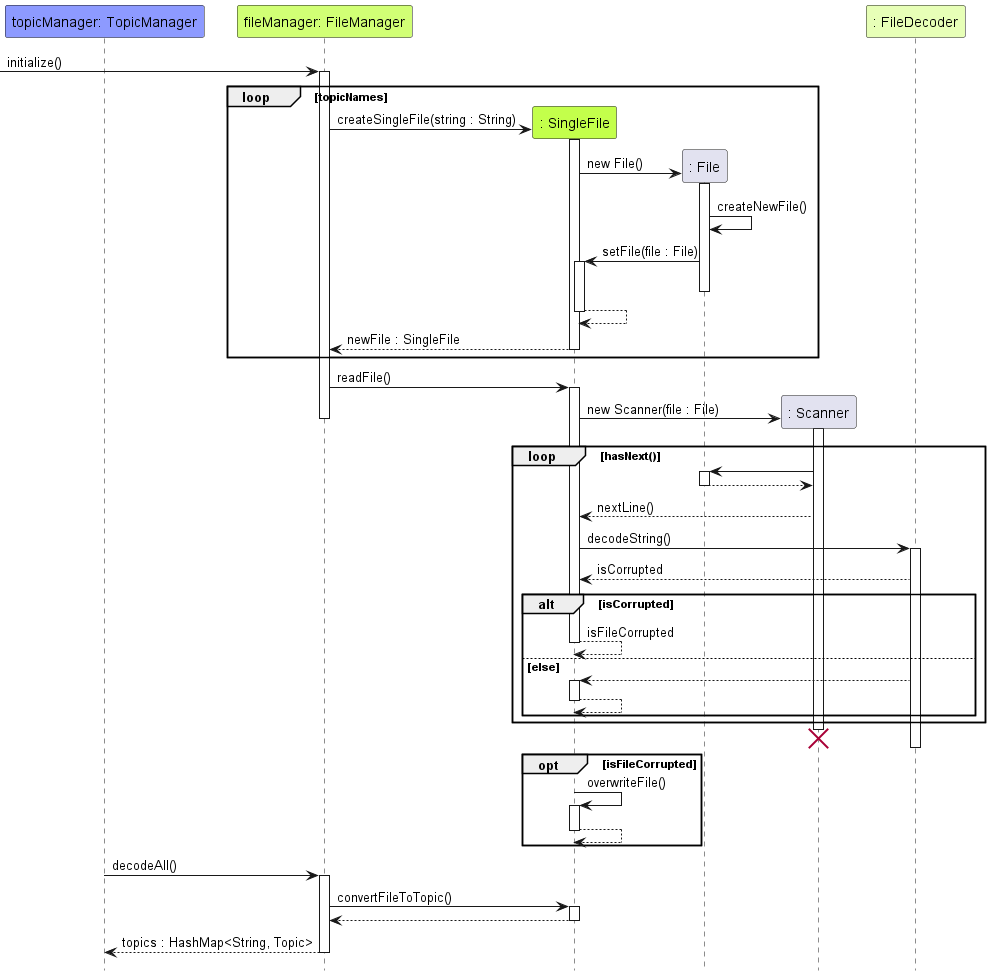
The PlantUML diagram docs/sequence-diagrams/diagrams/InitializationFileManager.png in ong-ck/tp, before a commit.
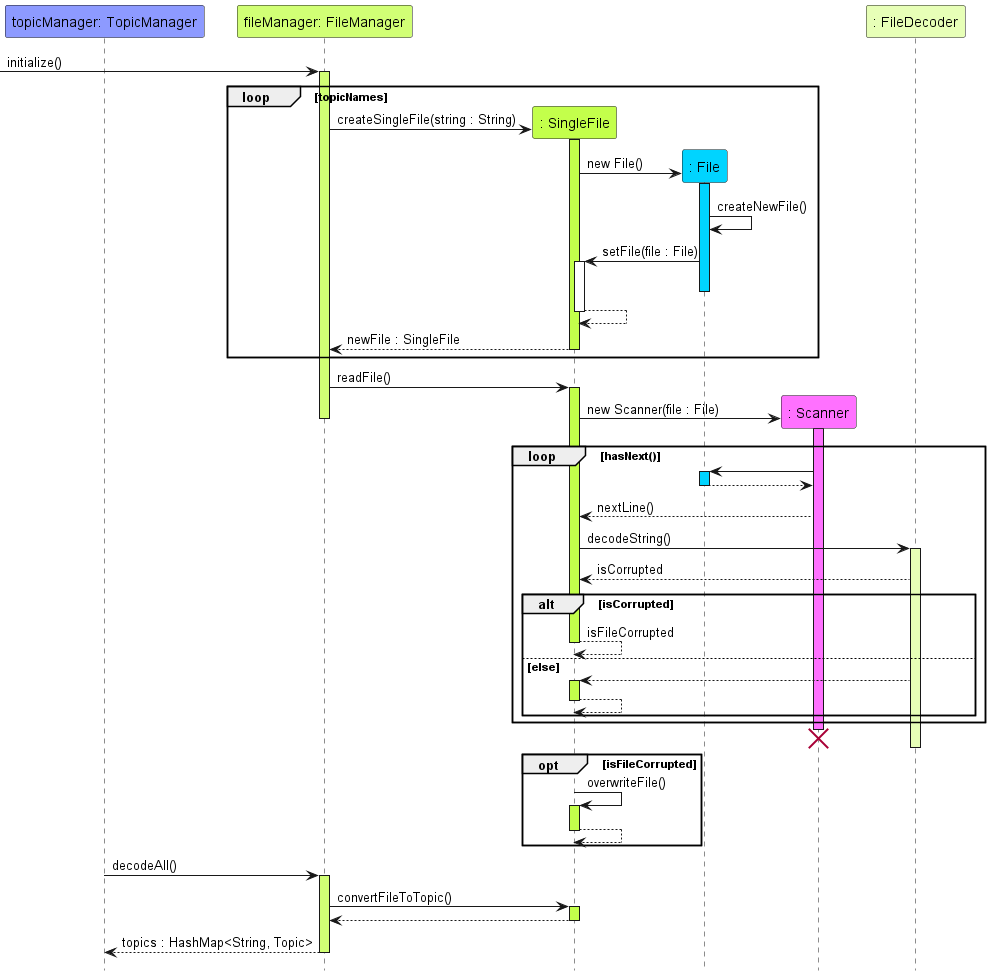
After the commit.

The edit, as a diff of the source:
```diff
@@ -5,17 +5,17 @@
 participant "topicManager: TopicManager" as TopicManager TopicManager_STYLE
 participant "fileManager: FileManager" as FileManager FileManager_STYLE
 participant ": SingleFile" as SingleFile SingleFile_STYLE
-participant ": File" as File
-participant ": Scanner" as Scanner
+participant ": File" as File File_STYLE
+participant ": Scanner" as Scanner Scanner_STYLE
 participant ": FileDecoder" as FileDecoder FileDecoder_STYLE
 
 -> FileManager : initialize()
-activate FileManager
+activate FileManager FileManager_STYLE
 loop topicNames
     FileManager -> SingleFile ** : createSingleFile(string : String)
-    activate SingleFile
+    activate SingleFile SingleFile_STYLE
     SingleFile -> File ** : new File()
-    activate File
+    activate File File_STYLE
     File -> File : createNewFile()
     File -> SingleFile : setFile(file : File)
     activate SingleFile
@@ -26,25 +26,25 @@
     deactivate SingleFile
 end
 FileManager -> SingleFile : readFile()
-activate SingleFile
+activate SingleFile SingleFile_STYLE
 SingleFile -> Scanner ** : new Scanner(file : File)
-activate Scanner
+activate Scanner Scanner_STYLE
 deactivate FileManager
     loop hasNext()
     Scanner -> File
-    activate File
+    activate File File_STYLE
     File --> Scanner
     deactivate File
     Scanner --> SingleFile : nextLine()
     SingleFile -> FileDecoder : decodeString()
-    activate FileDecoder
+    activate FileDecoder FileDecoder_STYLE
     FileDecoder --> SingleFile : isCorrupted
         alt isCorrupted
         SingleFile --> SingleFile : isFileCorrupted
         deactivate SingleFile
         else else
         FileDecoder --> SingleFile
-        activate SingleFile
+        activate SingleFile SingleFile_STYLE
         SingleFile-->SingleFile
         deactivate SingleFile
         end
@@ -54,14 +54,14 @@
     deactivate FileDecoder
     opt isFileCorrupted
     SingleFile -> SingleFile : overwriteFile()
-    activate SingleFile
+    activate SingleFile SingleFile_STYLE
     SingleFile --> SingleFile
     deactivate SingleFile
     end
 TopicManager -> FileManager : decodeAll()
-activate FileManager
+activate FileManager FileManager_STYLE
 FileManager -> SingleFile : convertFileToTopic()
-activate SingleFile
+activate SingleFile SingleFile_STYLE
 return
 return topics : HashMap<String, Topic>
 
```
